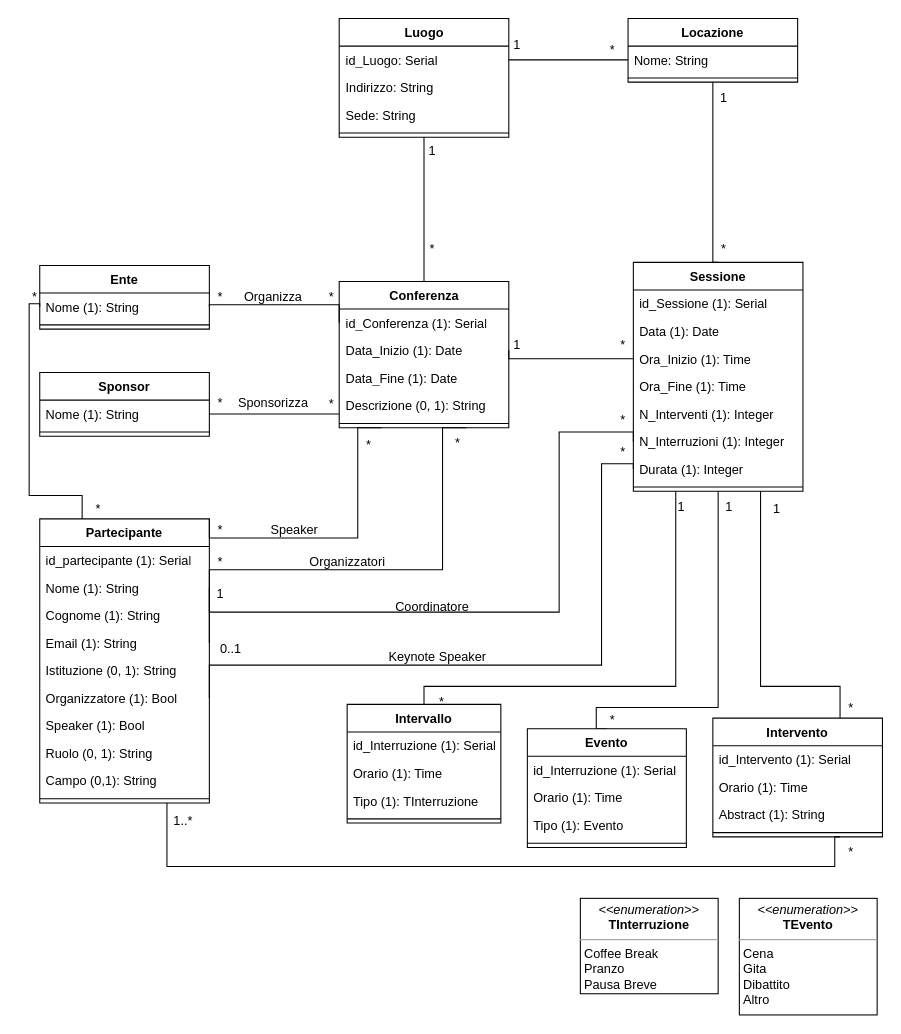
Before: page "Copia di DiagrammaRistrutturato" (3 of 3) of UML-DB/Conferenze.drawio in LeoCucurachi/GestioneConferenze, a draw.io diagram. Source tidied: cells renumbered, new cells numbered last; positions are measured from the earlier drawing's top-left corner, leaving out a move shared by most shapes. Both pictures are drawn from the tidied source at 106%, with x=0, y=0 at pixel (18, 18).
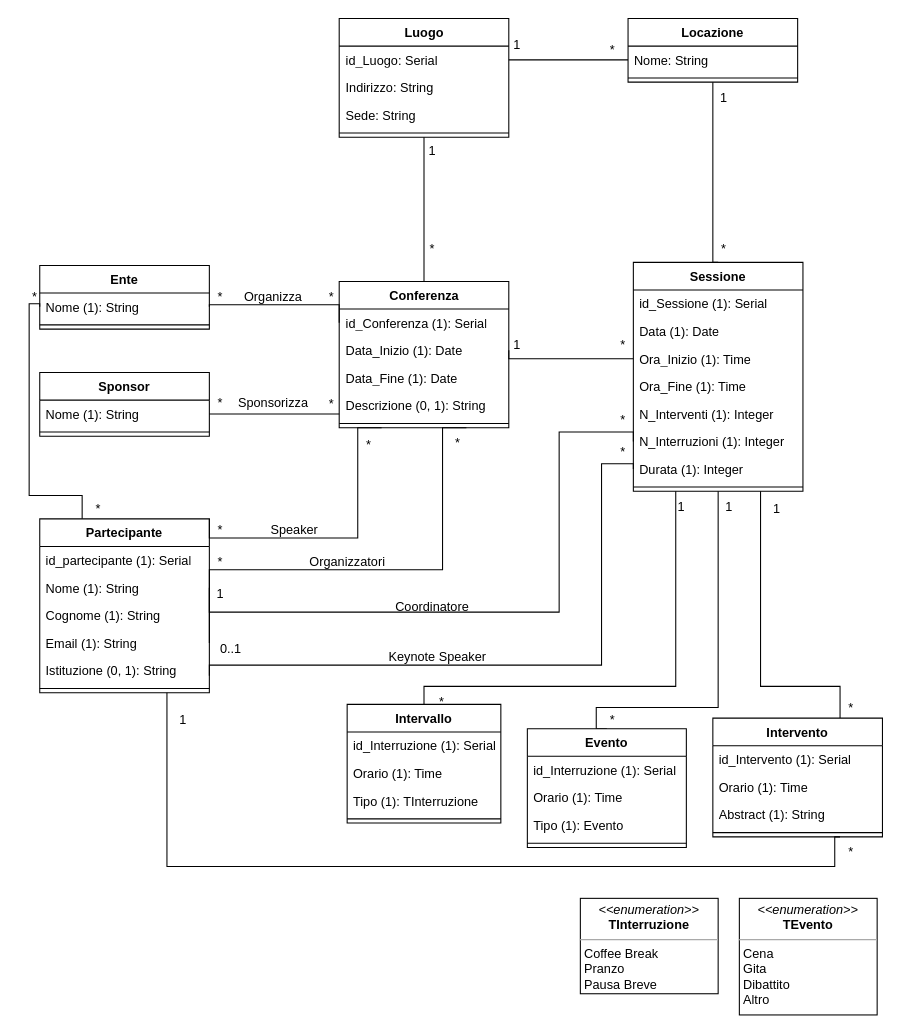
The same diagram, later.

The change refers to these unchanged cells:
```xml
<mxCell id="35" value="Durata (1): Integer" style="text;strokeColor=none;fillColor=none;align=left;verticalAlign=top;spacingLeft=4;spacingRight=4;overflow=hidden;points=[[0,0.5],[1,0.5]];portConstraint=eastwest;whiteSpace=wrap;html=1;" parent="28" vertex="1">
  <mxGeometry y="182" width="160" height="26" as="geometry" />
</mxCell>
```

What changed in the source:
```diff
@@
     <mxCell id="15" value="Partecipante" style="swimlane;fontStyle=1;align=center;verticalAlign=top;horizontal=1;startSize=26;whiteSpace=wrap;html=1;" parent="1" vertex="1">
-      <mxGeometry x="20" y="472" width="160" height="268" as="geometry" />
+      <mxGeometry x="20" y="472" width="160" height="164" as="geometry" />
     </mxCell>
@@
-    <mxCell id="21" value="Organizzatore (1): Bool" style="text;strokeColor=none;fillColor=none;align=left;verticalAlign=top;spacingLeft=4;spacingRight=4;overflow=hidden;points=[[0,0.5],[1,0.5]];portConstraint=eastwest;whiteSpace=wrap;html=1;" parent="15" vertex="1">
-      <mxGeometry y="156" width="160" height="26" as="geometry" />
-    </mxCell>
-    <mxCell id="22" value="Speaker (1): Bool" style="text;strokeColor=none;fillColor=none;align=left;verticalAlign=top;spacingLeft=4;spacingRight=4;overflow=hidden;whiteSpace=wrap;html=1;" parent="15" vertex="1">
-      <mxGeometry y="182" width="160" height="26" as="geometry" />
-    </mxCell>
-    <mxCell id="23" value="Ruolo (0, 1): String" style="text;strokeColor=none;fillColor=none;align=left;verticalAlign=top;spacingLeft=4;spacingRight=4;overflow=hidden;whiteSpace=wrap;html=1;" parent="15" vertex="1">
-      <mxGeometry y="208" width="160" height="26" as="geometry" />
-    </mxCell>
-    <mxCell id="24" value="Campo (0,1): String" style="text;strokeColor=none;fillColor=none;align=left;verticalAlign=top;spacingLeft=4;spacingRight=4;overflow=hidden;whiteSpace=wrap;html=1;" parent="15" vertex="1">
-      <mxGeometry y="234" width="160" height="26" as="geometry" />
-    </mxCell>
     <mxCell id="25" style="line;strokeWidth=1;fillColor=none;align=left;verticalAlign=middle;spacingTop=-1;spacingLeft=3;spacingRight=3;labelPosition=right;strokeColor=inherit;" parent="15" vertex="1">
-      <mxGeometry y="260" width="160" height="8" as="geometry" />
+      <mxGeometry y="156" width="160" height="8" as="geometry" />
     </mxCell>
@@
-    <mxCell id="62" value="1..*" style="text;html=1;align=center;verticalAlign=middle;strokeColor=none;fillColor=none;" parent="1" vertex="1">
-      <mxGeometry x="135" y="742" width="40" height="30" as="geometry" />
+    <mxCell id="62" value="1" style="text;html=1;align=center;verticalAlign=middle;strokeColor=none;fillColor=none;" parent="1" vertex="1">
+      <mxGeometry x="140" y="647" width="30" height="30" as="geometry" />
     </mxCell>
@@
-    <mxCell id="64" style="edgeStyle=orthogonalEdgeStyle;rounded=0;jettySize=auto;html=1;exitX=0;exitY=0.5;exitDx=0;exitDy=0;entryX=1;entryY=0.5;entryDx=0;entryDy=0;endArrow=none;endFill=0;" parent="1" edge="1" source="35" target="21">
+    <mxCell id="64" style="edgeStyle=orthogonalEdgeStyle;rounded=0;jettySize=auto;html=1;exitX=0;exitY=0.5;exitDx=0;exitDy=0;endArrow=none;endFill=0;" parent="1" edge="1" source="35">
       <mxGeometry relative="1" as="geometry">
+        <mxPoint x="180" y="620" as="targetPoint" />
         <Array as="points">
           <mxPoint x="580" y="420" />
           <mxPoint x="550" y="420" />
           <mxPoint x="550" y="610" />
           <mxPoint x="180" y="610" />
         </Array>
       </mxGeometry>
     </mxCell>
```
